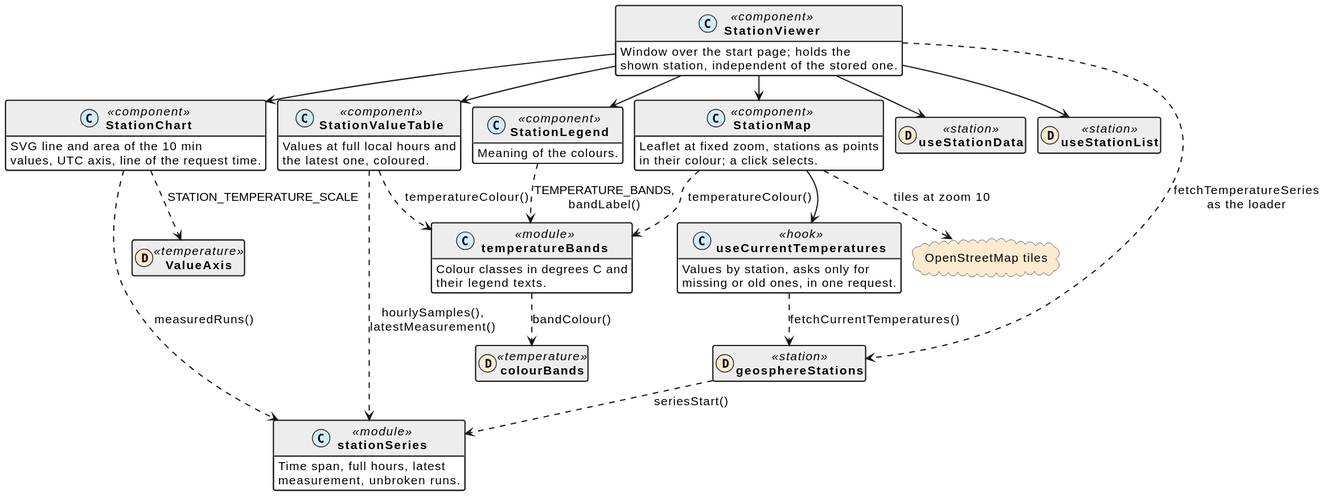
The PlantUML diagram docs/station_viewer.svg in schletz/wetterkartenviewer, before a commit. Its diagram source:
```plantuml
@startuml
skinparam shadowing false
skinparam classAttributeIconSize 0
skinparam defaultFontSize 15
skinparam ArrowThickness 1.5
skinparam class {
  BackgroundColor #ffffff
  HeaderBackgroundColor #ededed
  BorderColor #1d1d1b
  BorderThickness 1.5
  FontStyle bold
}
skinparam stereotypeCBackgroundColor #d1ebf7
skinparam stereotypeABackgroundColor #fdebd1
skinparam stereotypeIBackgroundColor #e5f4f1
skinparam stereotypeEBackgroundColor #e5f1d9
skinparam component {
  BackgroundColor #ffffff
  BorderColor #1d1d1b
  BorderThickness 1.5
}
skinparam artifact {
  BackgroundColor #d1ebf7
  BorderColor #1d1d1b
}
skinparam folder {
  BackgroundColor #ffffff
  BorderColor #1d1d1b
}
skinparam node {
  BackgroundColor #ededed
  BorderColor #1d1d1b
}
skinparam cloud {
  BackgroundColor #fdebd1
  BorderColor #1d1d1b
}
skinparam activity {
  BackgroundColor #ffffff
  BorderColor #1d1d1b
}
skinparam nodesep 15
skinparam ranksep 30
allowmixing
hide empty members
class StationViewer <<component>> {
 Window over the start page; holds the
 shown station, independent of the stored one.
}
class StationChart <<component>> {
 SVG line and area of the 10 min
 values, UTC axis, line of the request time.
}
class StationValueTable <<component>> {
 Values at full local hours and
 the latest one, coloured.
}
class StationLegend <<component>> {
 Meaning of the colours.
}
class StationMap <<component>> {
 Leaflet at fixed zoom, stations as points
 in their colour; a click selects.
}
class useCurrentTemperatures <<hook>> {
 Values by station, asks only for
 missing or old ones, in one request.
}
class stationSeries <<module>> {
 Time span, full hours, latest
 measurement, unbroken runs.
}
class temperatureBands <<module>> {
 Colour classes in degrees C and
 their legend texts.
}
class useStationData << (D,#fdebd1) station >>
class useStationList << (D,#fdebd1) station >>
class geosphereStations << (D,#fdebd1) station >>
class ValueAxis << (D,#fdebd1) temperature >>
class colourBands << (D,#fdebd1) temperature >>
cloud "OpenStreetMap tiles" as osm
StationViewer --> useStationData
StationViewer --> useStationList
StationViewer ..> geosphereStations : fetchTemperatureSeries\nas the loader
StationViewer --> StationChart
StationViewer --> StationValueTable
StationViewer --> StationLegend
StationViewer --> StationMap
StationChart ..> stationSeries : measuredRuns()
StationChart ..> ValueAxis : STATION_TEMPERATURE_SCALE
StationValueTable ..> stationSeries : hourlySamples(),\nlatestMeasurement()
StationValueTable ..> temperatureBands : temperatureColour()
StationLegend ..> temperatureBands : TEMPERATURE_BANDS,\nbandLabel()
StationMap --> useCurrentTemperatures
StationMap ..> temperatureBands : temperatureColour()
StationMap ..> osm : tiles at zoom 10
useCurrentTemperatures ..> geosphereStations : fetchCurrentTemperatures()
temperatureBands ..> colourBands : bandColour()
geosphereStations ..> stationSeries : seriesStart()
@enduml
```
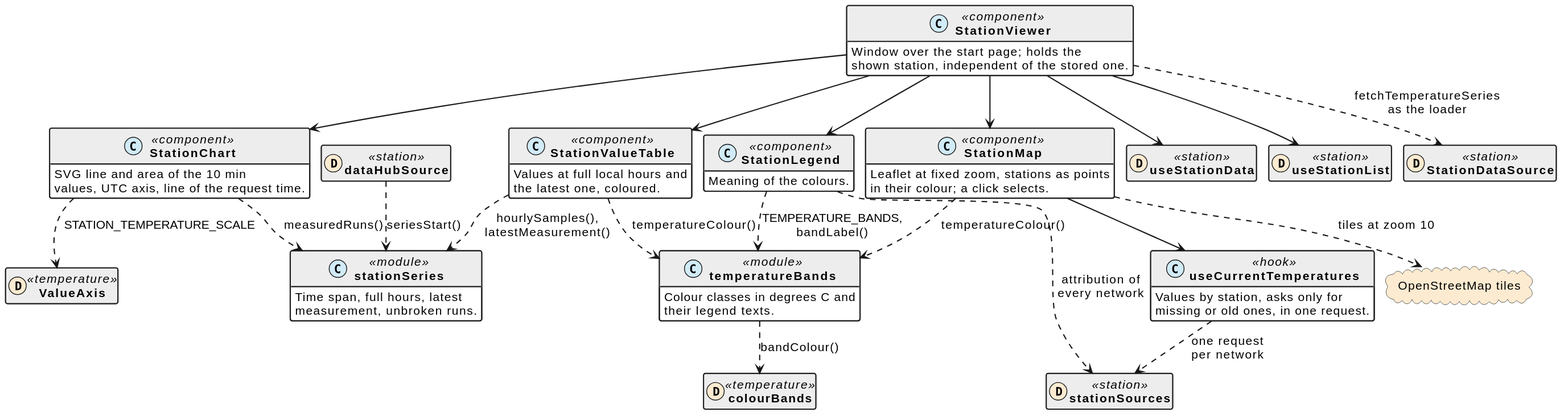
The same diagram one commit later.

The edit, as a diff of the source:
```diff
@@ -76,13 +76,15 @@
 }
 class useStationData << (D,#fdebd1) station >>
 class useStationList << (D,#fdebd1) station >>
-class geosphereStations << (D,#fdebd1) station >>
+class StationDataSource << (D,#fdebd1) station >>
+class stationSources << (D,#fdebd1) station >>
+class dataHubSource << (D,#fdebd1) station >>
 class ValueAxis << (D,#fdebd1) temperature >>
 class colourBands << (D,#fdebd1) temperature >>
 cloud "OpenStreetMap tiles" as osm
 StationViewer --> useStationData
 StationViewer --> useStationList
-StationViewer ..> geosphereStations : fetchTemperatureSeries\nas the loader
+StationViewer ..> StationDataSource : fetchTemperatureSeries\nas the loader
 StationViewer --> StationChart
 StationViewer --> StationValueTable
 StationViewer --> StationLegend
@@ -95,7 +97,8 @@
 StationMap --> useCurrentTemperatures
 StationMap ..> temperatureBands : temperatureColour()
 StationMap ..> osm : tiles at zoom 10
-useCurrentTemperatures ..> geosphereStations : fetchCurrentTemperatures()
+StationLegend ..> stationSources : attribution of\nevery network
+useCurrentTemperatures ..> stationSources : one request\nper network
 temperatureBands ..> colourBands : bandColour()
-geosphereStations ..> stationSeries : seriesStart()
+dataHubSource ..> stationSeries : seriesStart()
 @enduml
```
